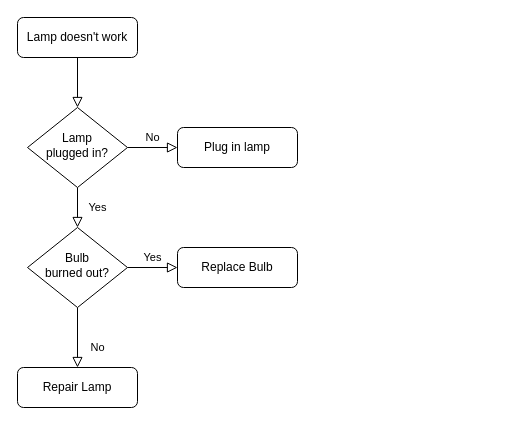
This is Untitled Diagram.drawio from touxing/helloworld, a draw.io file, before an edit. Source tidied: cells renumbered, new cells numbered last; positions are measured from the earlier drawing's top-left corner, leaving out a move shared by most shapes. Both pictures are drawn from the tidied source at 100%, with x=0, y=0 at pixel (17, 17).
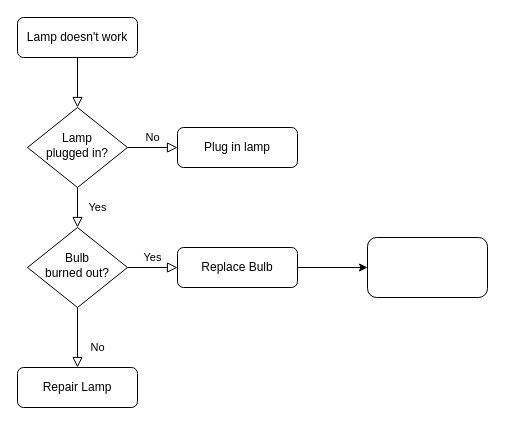
The same page after the edit.

Change to the diagram source:
```diff
@@
 <mxGraphModel>
   <root>
     <mxCell id="0" />
     <mxCell id="1" parent="0" />
     <mxCell id="2" style="rounded=0;html=1;jettySize=auto;fontSize=11;endArrow=block;endFill=0;endSize=8;strokeWidth=1;shadow=0;labelBackgroundColor=none;edgeStyle=orthogonalEdgeStyle;" parent="1" edge="1" source="3" target="6">
       <mxGeometry relative="1" as="geometry" />
     </mxCell>
     <mxCell id="3" value="Lamp doesn't work" style="rounded=1;whiteSpace=wrap;html=1;fontSize=12;glass=0;strokeWidth=1;shadow=0;" parent="1" vertex="1">
       <mxGeometry width="120" height="40" as="geometry" />
     </mxCell>
     <mxCell id="4" value="Yes" style="rounded=0;html=1;jettySize=auto;fontSize=11;endArrow=block;endFill=0;endSize=8;strokeWidth=1;shadow=0;labelBackgroundColor=none;edgeStyle=orthogonalEdgeStyle;" parent="1" edge="1" source="6" target="10">
       <mxGeometry y="20" relative="1" as="geometry" />
     </mxCell>
     <mxCell id="5" value="No" style="edgeStyle=orthogonalEdgeStyle;rounded=0;html=1;jettySize=auto;fontSize=11;endArrow=block;endFill=0;endSize=8;strokeWidth=1;shadow=0;labelBackgroundColor=none;" parent="1" edge="1" source="6" target="7">
       <mxGeometry y="10" relative="1" as="geometry" />
     </mxCell>
     <mxCell id="6" value="Lamp&lt;br&gt;plugged in?" style="rhombus;whiteSpace=wrap;html=1;shadow=0;fontFamily=Helvetica;fontSize=12;align=center;strokeWidth=1;spacing=6;spacingTop=-4;" parent="1" vertex="1">
       <mxGeometry x="10" y="90" width="100" height="80" as="geometry" />
     </mxCell>
     <mxCell id="7" value="Plug in lamp" style="rounded=1;whiteSpace=wrap;html=1;fontSize=12;glass=0;strokeWidth=1;shadow=0;" parent="1" vertex="1">
       <mxGeometry x="160" y="110" width="120" height="40" as="geometry" />
     </mxCell>
     <mxCell id="8" value="No" style="rounded=0;html=1;jettySize=auto;fontSize=11;endArrow=block;endFill=0;endSize=8;strokeWidth=1;shadow=0;labelBackgroundColor=none;edgeStyle=orthogonalEdgeStyle;" parent="1" edge="1" source="10" target="11">
       <mxGeometry x="0.33" y="20" relative="1" as="geometry" />
     </mxCell>
     <mxCell id="9" value="Yes" style="edgeStyle=orthogonalEdgeStyle;rounded=0;html=1;jettySize=auto;fontSize=11;endArrow=block;endFill=0;endSize=8;strokeWidth=1;shadow=0;labelBackgroundColor=none;" parent="1" edge="1" source="10" target="12">
       <mxGeometry y="10" relative="1" as="geometry" />
     </mxCell>
     <mxCell id="10" value="Bulb&lt;br&gt;burned out?" style="rhombus;whiteSpace=wrap;html=1;shadow=0;fontFamily=Helvetica;fontSize=12;align=center;strokeWidth=1;spacing=6;spacingTop=-4;" parent="1" vertex="1">
       <mxGeometry x="10" y="210" width="100" height="80" as="geometry" />
     </mxCell>
     <mxCell id="11" value="Repair Lamp" style="rounded=1;whiteSpace=wrap;html=1;fontSize=12;glass=0;strokeWidth=1;shadow=0;" parent="1" vertex="1">
       <mxGeometry y="350" width="120" height="40" as="geometry" />
     </mxCell>
+    <mxCell id="13" style="edgeStyle=orthogonalEdgeStyle;rounded=0;jettySize=auto;html=1;exitX=1;exitY=0.5;exitDx=0;exitDy=0;" parent="1" edge="1" source="12" target="14">
+      <mxGeometry relative="1" as="geometry" />
+    </mxCell>
     <mxCell id="12" value="Replace Bulb" style="rounded=1;whiteSpace=wrap;html=1;fontSize=12;glass=0;strokeWidth=1;shadow=0;" parent="1" vertex="1">
       <mxGeometry x="160" y="230" width="120" height="40" as="geometry" />
     </mxCell>
+    <mxCell id="14" style="rounded=1;whiteSpace=wrap;html=1;" parent="1" vertex="1">
+      <mxGeometry x="350" y="220" width="120" height="60" as="geometry" />
+    </mxCell>
   </root>
 </mxGraphModel>
```
